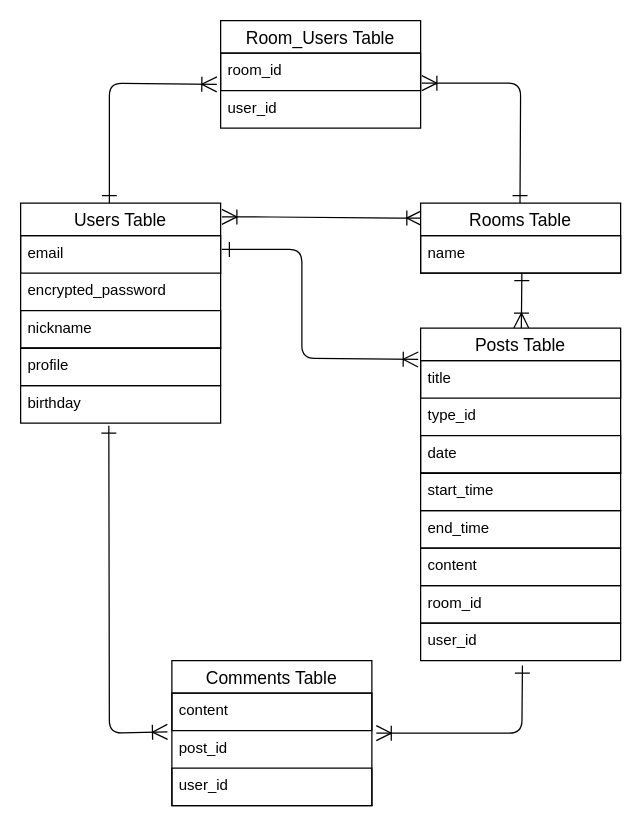
The draw.io diagram ER.dio in ranoooooooooooo/original-app-1, before the edit. Source tidied: cells renumbered, new cells numbered last; positions are measured from the earlier drawing's top-left corner, leaving out a move shared by most shapes. Both pictures are drawn from the tidied source at 125%, with x=0, y=0 at pixel (20, 20).
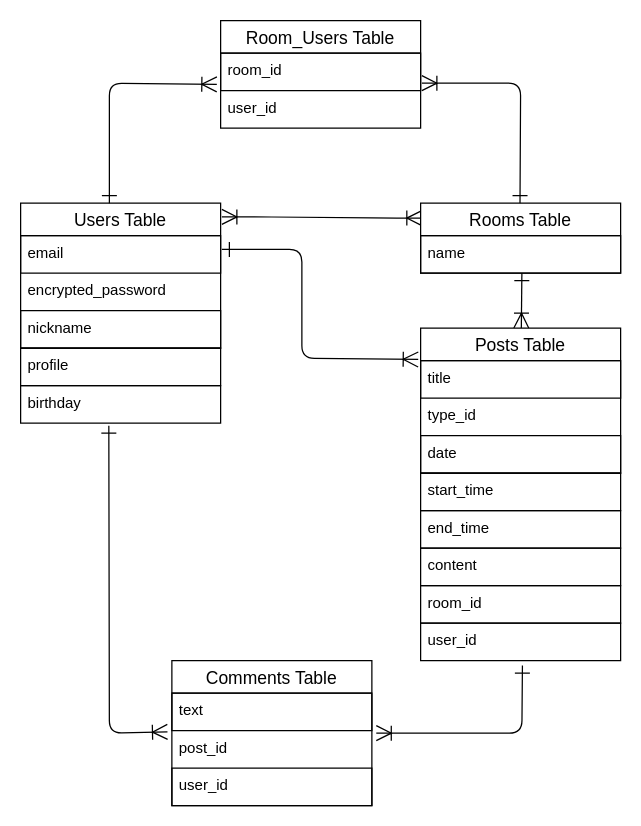
After the change.

Commit message (it also covers changes not shown here):
ER図＆READ ME修正

The change refers to these unchanged cells:
```xml
<mxCell id="29" value="Comments Table" style="swimlane;fontStyle=0;horizontal=1;startSize=26;align=center;fontSize=14;strokeColor=default;" parent="1" vertex="1">
  <mxGeometry x="121" y="512" width="160" height="116" as="geometry" />
</mxCell>
```

Diff of the diagram source:
```diff
@@
-    <mxCell id="30" value="content" style="text;strokeColor=default;fillColor=none;spacingLeft=4;spacingRight=4;overflow=hidden;points=[[0,0.5],[1,0.5]];portConstraint=eastwest;fontSize=12;" parent="29" vertex="1">
+    <mxCell id="30" value="text" style="text;strokeColor=default;fillColor=none;spacingLeft=4;spacingRight=4;overflow=hidden;points=[[0,0.5],[1,0.5]];portConstraint=eastwest;fontSize=12;" parent="29" vertex="1">
       <mxGeometry y="26" width="160" height="30" as="geometry" />
     </mxCell>
```
